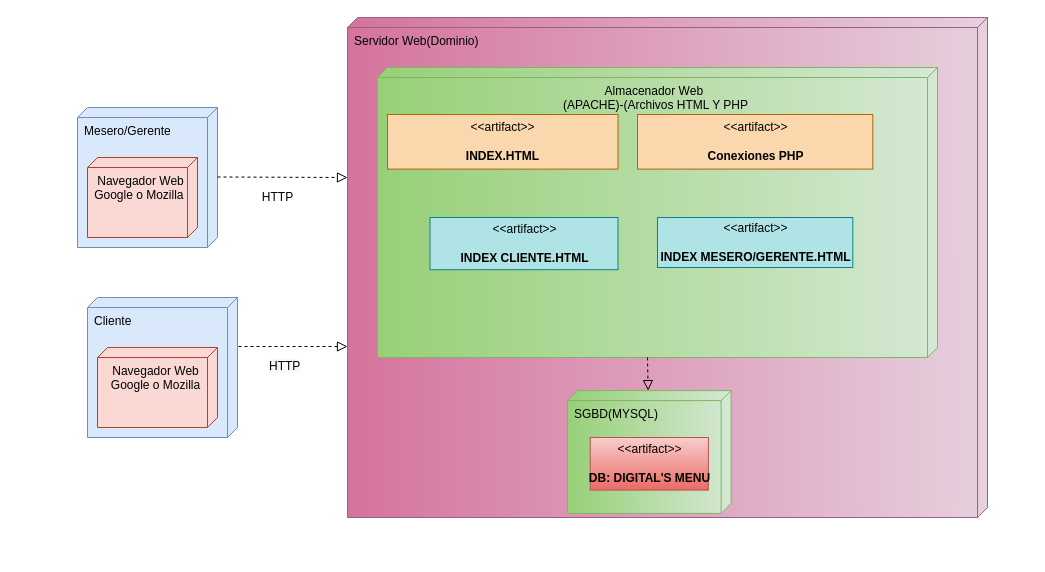
Earlier version of the draw.io diagram 11_Diagrama de distribucion/Diagrama de distribucion.drawio (rosero97/DIGITAL-S-MENU). Source tidied: cells renumbered, new cells numbered last; positions are measured from the earlier drawing's top-left corner, leaving out a move shared by most shapes. Both pictures are drawn from the tidied source at 100%, with x=0, y=0 at pixel (77, 17).
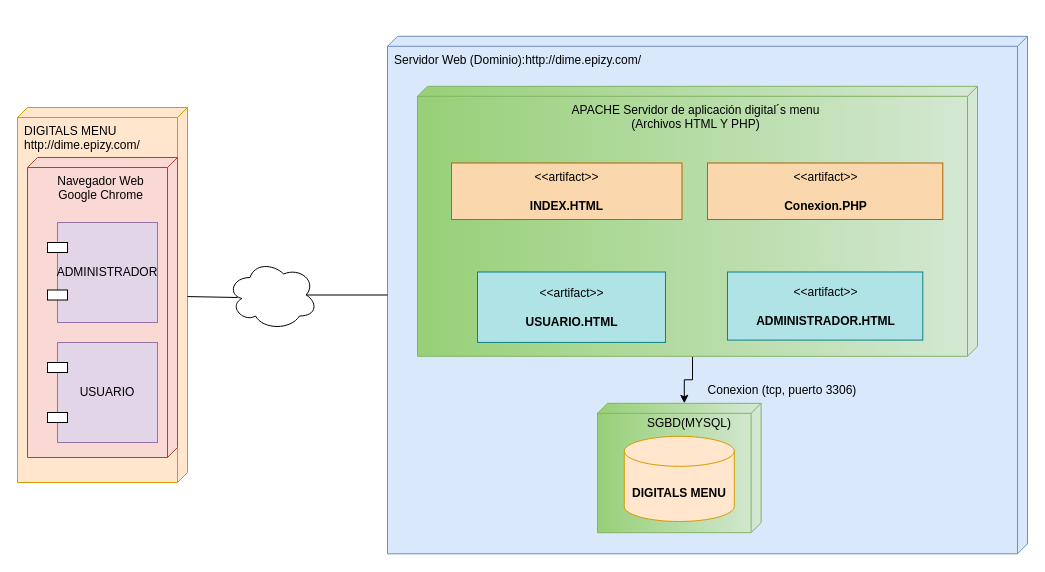
The same diagram, later.

What changed in the source:
```diff
@@
-    <mxCell id="2" value="Cliente&amp;nbsp;" style="verticalAlign=top;align=left;shape=cube;size=10;direction=south;fontStyle=0;html=1;boundedLbl=1;spacingLeft=5;fillColor=#dae8fc;strokeColor=#6c8ebf;" parent="1" vertex="1">
-      <mxGeometry x="10" y="280" width="150" height="140" as="geometry" />
-    </mxCell>
-    <mxCell id="3" value="Navegador Web&lt;br&gt;Google o Mozilla" style="verticalAlign=top;align=center;shape=cube;size=10;direction=south;html=1;boundedLbl=1;spacingLeft=5;fillColor=#fad9d5;strokeColor=#ae4132;" parent="2" vertex="1">
-      <mxGeometry width="120" height="80" relative="1" as="geometry">
-        <mxPoint x="10" y="50" as="offset" />
-      </mxGeometry>
-    </mxCell>
-    <mxCell id="4" style="endArrow=block;startArrow=none;endFill=0;startFill=0;endSize=8;html=1;verticalAlign=bottom;dashed=1;labelBackgroundColor=none;rounded=0;exitX=0.35;exitY=-0.007;exitDx=0;exitDy=0;exitPerimeter=0;" parent="1" edge="1" source="2">
-      <mxGeometry relative="1" as="geometry">
-        <mxPoint x="270" y="329" as="targetPoint" />
-      </mxGeometry>
-    </mxCell>
-    <mxCell id="5" value="Servidor Web(Dominio)" style="verticalAlign=top;align=left;shape=cube;size=10;direction=south;fontStyle=0;html=1;boundedLbl=1;spacingLeft=5;fillColor=#e6d0de;strokeColor=#996185;gradientColor=#d5739d;" parent="1" vertex="1">
-      <mxGeometry x="270" width="640" height="500" as="geometry" />
+    <mxCell id="5" value="Servidor Web (Dominio):http://dime.epizy.com/" style="verticalAlign=top;align=left;shape=cube;size=10;direction=south;fontStyle=0;html=1;boundedLbl=1;spacingLeft=5;fillColor=#dae8fc;strokeColor=#6c8ebf;" parent="1" vertex="1">
+      <mxGeometry x="310" y="18.8" width="640" height="517.5" as="geometry" />
     </mxCell>
+    <mxCell id="19" style="edgeStyle=orthogonalEdgeStyle;rounded=0;jettySize=auto;html=1;exitX=0;exitY=0;exitDx=270;exitDy=285;exitPerimeter=0;entryX=0;entryY=0;entryDx=0;entryDy=76.792;entryPerimeter=0;" parent="5" edge="1" source="6" target="11">
+      <mxGeometry relative="1" as="geometry" />
+    </mxCell>
-    <mxCell id="6" value="Almacenador Web&amp;nbsp;&lt;br&gt;(APACHE)-(Archivos HTML Y PHP" style="verticalAlign=top;align=center;shape=cube;size=10;direction=south;html=1;boundedLbl=1;spacingLeft=5;fillColor=#d5e8d4;strokeColor=#82b366;gradientColor=#97d077;" parent="5" vertex="1">
-      <mxGeometry width="560" height="290" relative="1" as="geometry">
+    <mxCell id="6" value="APACHE Servidor de aplicación digital´s menu&lt;br&gt;(Archivos HTML Y PHP)" style="verticalAlign=top;align=center;shape=cube;size=10;direction=south;html=1;boundedLbl=1;spacingLeft=5;fillColor=#d5e8d4;strokeColor=#82b366;gradientColor=#97d077;" parent="5" vertex="1">
+      <mxGeometry width="560" height="270" relative="1" as="geometry">
         <mxPoint x="30" y="50" as="offset" />
       </mxGeometry>
     </mxCell>
-    <mxCell id="7" value="&amp;lt;&amp;lt;artifact&amp;gt;&amp;gt;&lt;br&gt;&lt;br&gt;&lt;b&gt;Conexiones PHP&lt;/b&gt;" style="text;html=1;align=center;verticalAlign=middle;dashed=0;fillColor=#fad7ac;strokeColor=#b46504;" parent="5" vertex="1">
-      <mxGeometry x="290" y="97" width="235.3" height="54.6" as="geometry" />
-    </mxCell>
+    <mxCell id="9" value="&amp;lt;&amp;lt;artifact&amp;gt;&amp;gt;&lt;br&gt;&lt;br&gt;&lt;b&gt;USUARIO.HTML&lt;/b&gt;" style="text;html=1;align=center;verticalAlign=middle;dashed=0;fillColor=#b0e3e6;strokeColor=#0e8088;" parent="5" vertex="1">
+      <mxGeometry x="90" y="235.7" width="188" height="70.4" as="geometry" />
+    </mxCell>
+    <mxCell id="11" style="verticalAlign=top;align=left;shape=cube;size=10;direction=south;fontStyle=0;html=1;boundedLbl=1;spacingLeft=5;fillColor=#d5e8d4;strokeColor=#82b366;gradientColor=#97d077;" parent="5" vertex="1">
+      <mxGeometry x="210" y="367" width="163.6" height="129.4" as="geometry" />
+    </mxCell>
+    <mxCell id="20" value="&lt;span style=&quot;text-align: left;&quot;&gt;SGBD(MYSQL)&lt;/span&gt;" style="text;html=1;strokeColor=none;fillColor=none;align=center;verticalAlign=middle;whiteSpace=wrap;rounded=0;" parent="5" vertex="1">
+      <mxGeometry x="271.8" y="369.6" width="60" height="34.5" as="geometry" />
+    </mxCell>
+    <mxCell id="21" style="shape=cylinder3;whiteSpace=wrap;html=1;boundedLbl=1;backgroundOutline=1;size=15;fillColor=#ffe6cc;strokeColor=#d79b00;" parent="5" vertex="1">
+      <mxGeometry x="236.8" y="400" width="110" height="85.2" as="geometry" />
+    </mxCell>
+    <mxCell id="22" value="&lt;br style=&quot;&quot;&gt;&lt;b style=&quot;&quot;&gt;DIGITALS MENU&lt;/b&gt;" style="text;html=1;strokeColor=none;fillColor=none;align=center;verticalAlign=middle;whiteSpace=wrap;rounded=0;" parent="5" vertex="1">
+      <mxGeometry x="236.8" y="437.9" width="110" height="23" as="geometry" />
+    </mxCell>
     <mxCell id="8" value="&amp;lt;&amp;lt;artifact&amp;gt;&amp;gt;&lt;br&gt;&lt;br&gt;&lt;b&gt;INDEX.HTML&lt;/b&gt;" style="text;html=1;align=center;verticalAlign=middle;dashed=0;fillColor=#fad7ac;strokeColor=#b46504;" parent="5" vertex="1">
-      <mxGeometry x="40" y="97" width="230.5" height="54.6" as="geometry" />
+      <mxGeometry x="64" y="126.7" width="230.5" height="56.5" as="geometry" />
     </mxCell>
-    <mxCell id="9" value="&amp;lt;&amp;lt;artifact&amp;gt;&amp;gt;&lt;br&gt;&lt;br&gt;&lt;b&gt;INDEX CLIENTE.HTML&lt;/b&gt;" style="text;html=1;align=center;verticalAlign=middle;dashed=0;fillColor=#b0e3e6;strokeColor=#0e8088;" parent="5" vertex="1">
-      <mxGeometry x="82.5" y="200" width="188" height="52.2" as="geometry" />
-    </mxCell>
-    <mxCell id="10" value="&amp;lt;&amp;lt;artifact&amp;gt;&amp;gt;&lt;br&gt;&lt;br&gt;&lt;b&gt;INDEX MESERO/GERENTE.HTML&lt;/b&gt;" style="text;html=1;align=center;verticalAlign=middle;dashed=0;fillColor=#b0e3e6;strokeColor=#0e8088;" parent="5" vertex="1">
-      <mxGeometry x="310" y="200" width="195.3" height="50" as="geometry" />
-    </mxCell>
-    <mxCell id="11" value="SGBD(MYSQL)" style="verticalAlign=top;align=left;shape=cube;size=10;direction=south;fontStyle=0;html=1;boundedLbl=1;spacingLeft=5;fillColor=#d5e8d4;strokeColor=#82b366;gradientColor=#97d077;" parent="5" vertex="1">
-      <mxGeometry x="220" y="373.1" width="163.6" height="122.8" as="geometry" />
-    </mxCell>
-    <mxCell id="12" style="endArrow=block;startArrow=none;endFill=0;startFill=0;endSize=8;html=1;verticalAlign=bottom;dashed=1;labelBackgroundColor=none;rounded=0;" parent="5" edge="1" target="11">
-      <mxGeometry relative="1" as="geometry">
-        <mxPoint x="300" y="340" as="sourcePoint" />
-      </mxGeometry>
-    </mxCell>
-    <mxCell id="13" value="&amp;lt;&amp;lt;artifact&amp;gt;&amp;gt;&lt;br&gt;&lt;br&gt;&lt;b&gt;DB:&amp;nbsp;DIGITAL'S MENU&lt;/b&gt;" style="text;html=1;align=center;verticalAlign=middle;dashed=0;fillColor=#f8cecc;strokeColor=#b85450;gradientColor=#ea6b66;" parent="5" vertex="1">
-      <mxGeometry x="242.7" y="420" width="118.2" height="52.6" as="geometry" />
-    </mxCell>
+    <mxCell id="23" value="&amp;lt;&amp;lt;artifact&amp;gt;&amp;gt;&lt;br&gt;&lt;br&gt;&lt;b&gt;Conexion.PHP&lt;/b&gt;" style="text;html=1;align=center;verticalAlign=middle;dashed=0;fillColor=#fad7ac;strokeColor=#b46504;" parent="5" vertex="1">
+      <mxGeometry x="320" y="126.7" width="235.3" height="56.5" as="geometry" />
+    </mxCell>
+    <mxCell id="24" value="&amp;lt;&amp;lt;artifact&amp;gt;&amp;gt;&lt;br&gt;&lt;br&gt;&lt;b&gt;ADMINISTRADOR.HTML&lt;/b&gt;" style="text;html=1;align=center;verticalAlign=middle;dashed=0;fillColor=#b0e3e6;strokeColor=#0e8088;" parent="5" vertex="1">
+      <mxGeometry x="340" y="235.7" width="195.3" height="68.1" as="geometry" />
+    </mxCell>
+    <mxCell id="25" value="Conexion (tcp, puerto 3306)" style="text;html=1;strokeColor=none;fillColor=none;align=center;verticalAlign=middle;whiteSpace=wrap;rounded=0;" parent="5" vertex="1">
+      <mxGeometry x="310" y="338" width="170" height="31.7" as="geometry" />
+    </mxCell>
-    <mxCell id="14" value="Mesero/Gerente" style="verticalAlign=top;align=left;shape=cube;size=10;direction=south;fontStyle=0;html=1;boundedLbl=1;spacingLeft=5;fillColor=#dae8fc;strokeColor=#6c8ebf;" parent="1" vertex="1">
-      <mxGeometry y="90" width="140" height="140" as="geometry" />
+    <mxCell id="14" value="DIGITALS MENU &lt;br&gt;http://dime.epizy.com/&lt;br&gt;" style="verticalAlign=top;align=left;shape=cube;size=10;direction=south;fontStyle=0;html=1;boundedLbl=1;spacingLeft=5;fillColor=#ffe6cc;strokeColor=#d79b00;" parent="1" vertex="1">
+      <mxGeometry x="-60" y="90" width="170" height="375" as="geometry" />
     </mxCell>
-    <mxCell id="15" value="Navegador Web&lt;br&gt;Google o Mozilla&amp;nbsp;" style="verticalAlign=top;align=center;shape=cube;size=10;direction=south;html=1;boundedLbl=1;spacingLeft=5;fillColor=#fad9d5;strokeColor=#ae4132;" parent="14" vertex="1">
-      <mxGeometry width="110" height="80" relative="1" as="geometry">
+    <mxCell id="15" value="Navegador Web &lt;br&gt;Google Chrome" style="verticalAlign=top;align=center;shape=cube;size=10;direction=south;html=1;boundedLbl=1;spacingLeft=5;fillColor=#fad9d5;strokeColor=#ae4132;" parent="14" vertex="1">
+      <mxGeometry width="150" height="300" relative="1" as="geometry">
         <mxPoint x="10" y="50" as="offset" />
       </mxGeometry>
     </mxCell>
-    <mxCell id="16" style="endArrow=block;startArrow=none;endFill=0;startFill=0;endSize=8;html=1;verticalAlign=bottom;dashed=1;labelBackgroundColor=none;rounded=0;" parent="1" edge="1">
-      <mxGeometry relative="1" as="geometry">
-        <mxPoint x="140" y="159.5" as="sourcePoint" />
-        <mxPoint x="270" y="160" as="targetPoint" />
-      </mxGeometry>
-    </mxCell>
-    <mxCell id="17" value="HTTP" style="text;html=1;align=center;verticalAlign=middle;strokeColor=none;fillColor=none;" parent="1" vertex="1">
-      <mxGeometry x="175" y="170" width="50" height="20" as="geometry" />
-    </mxCell>
-    <mxCell id="18" value="&lt;span style=&quot;color: rgb(0 , 0 , 0) ; font-family: &amp;#34;helvetica&amp;#34; ; font-size: 12px ; font-style: normal ; font-weight: 400 ; letter-spacing: normal ; text-align: center ; text-indent: 0px ; text-transform: none ; word-spacing: 0px ; background-color: rgb(248 , 249 , 250) ; display: inline ; float: none&quot;&gt;HTTP&lt;/span&gt;" style="text;whiteSpace=wrap;html=1;" parent="1" vertex="1">
-      <mxGeometry x="190" y="335" width="100" height="30" as="geometry" />
-    </mxCell>
+    <mxCell id="26" value="ADMINISTRADOR" style="whiteSpace=wrap;html=1;fillColor=#e1d5e7;strokeColor=#9673a6;" parent="14" vertex="1">
+      <mxGeometry x="40" y="115" width="100" height="100" as="geometry" />
+    </mxCell>
+    <mxCell id="27" style="rounded=0;whiteSpace=wrap;html=1;" parent="14" vertex="1">
+      <mxGeometry x="30" y="135" width="20" height="10" as="geometry" />
+    </mxCell>
+    <mxCell id="28" style="rounded=0;whiteSpace=wrap;html=1;" parent="14" vertex="1">
+      <mxGeometry x="30" y="182.5" width="20" height="10" as="geometry" />
+    </mxCell>
+    <mxCell id="29" value="USUARIO" style="whiteSpace=wrap;html=1;fillColor=#e1d5e7;strokeColor=#9673a6;" parent="14" vertex="1">
+      <mxGeometry x="40" y="235" width="100" height="100" as="geometry" />
+    </mxCell>
+    <mxCell id="30" style="rounded=0;whiteSpace=wrap;html=1;" parent="14" vertex="1">
+      <mxGeometry x="30" y="255" width="20" height="10" as="geometry" />
+    </mxCell>
+    <mxCell id="31" style="rounded=0;whiteSpace=wrap;html=1;" parent="14" vertex="1">
+      <mxGeometry x="30" y="305" width="20" height="10" as="geometry" />
+    </mxCell>
+    <mxCell id="32" style="ellipse;shape=cloud;whiteSpace=wrap;html=1;" parent="1" vertex="1">
+      <mxGeometry x="150" y="242.5" width="90" height="70" as="geometry" />
+    </mxCell>
+    <mxCell id="33" style="endArrow=none;html=1;rounded=0;" parent="1" edge="1" source="14">
+      <mxGeometry relative="1" as="geometry">
+        <mxPoint x="160" y="280" as="targetPoint" />
+      </mxGeometry>
+    </mxCell>
+    <mxCell id="34" style="endArrow=none;html=1;rounded=0;exitX=0.875;exitY=0.5;exitDx=0;exitDy=0;exitPerimeter=0;" parent="1" edge="1" source="32" target="5">
+      <mxGeometry relative="1" as="geometry" />
+    </mxCell>
```
